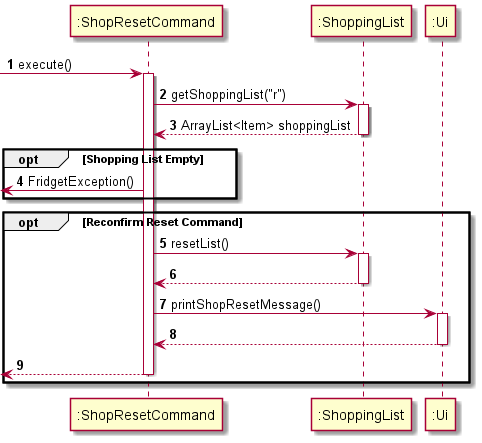
This is docs/umlDiagrams/ShopResetSequence.png from uosjapuelks/tp, a PlantUML export, as it was before one commit.
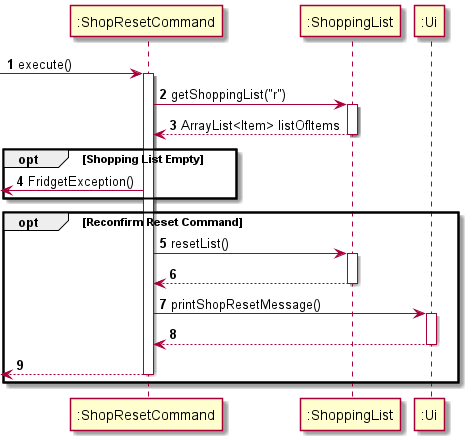
The same file after the commit.

Commit message:
Fix Reset and ShopReset sequences

Diff of the diagram source:
```diff
@@ -7,7 +7,7 @@
 
 ":ShopResetCommand" -> ":ShoppingList": getShoppingList("r")
 activate ":ShoppingList"
-":ShopResetCommand" <-- ":ShoppingList": ArrayList<Item> shoppingList
+":ShopResetCommand" <-- ":ShoppingList": ArrayList<Item> listOfItems
 deactivate ":ShoppingList"
 
 opt Shopping List Empty
```
